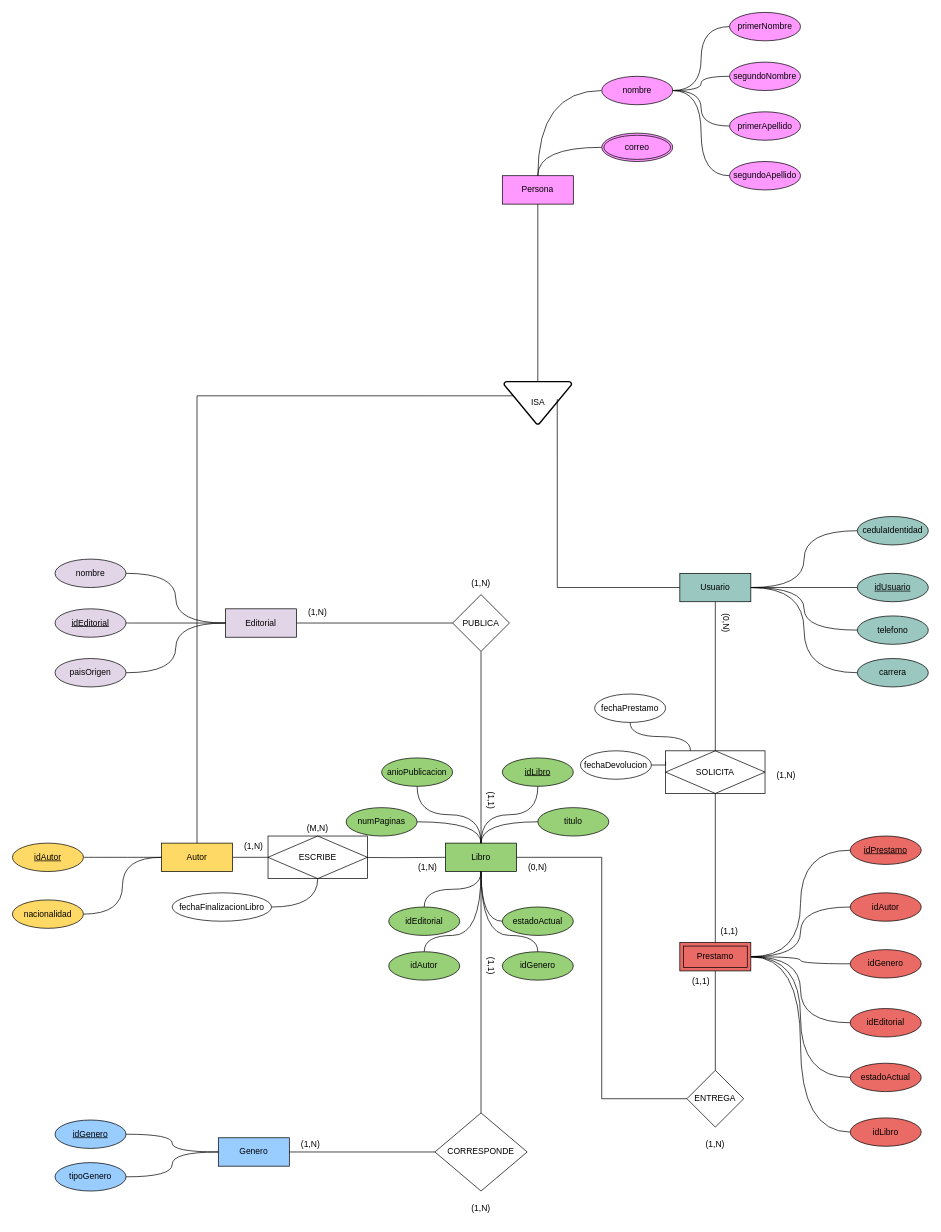
This is EjercicioGuiadoSemana2.drawio from Isa4cc/BASE-DE-DATOS-I-DIAGRAMAS, a draw.io file, before an edit. Source tidied: cells renumbered, new cells numbered last; positions are measured from the earlier drawing's top-left corner, leaving out a move shared by most shapes. Both pictures are drawn from the tidied source at 71%, with x=0, y=0 at pixel (12, 12).
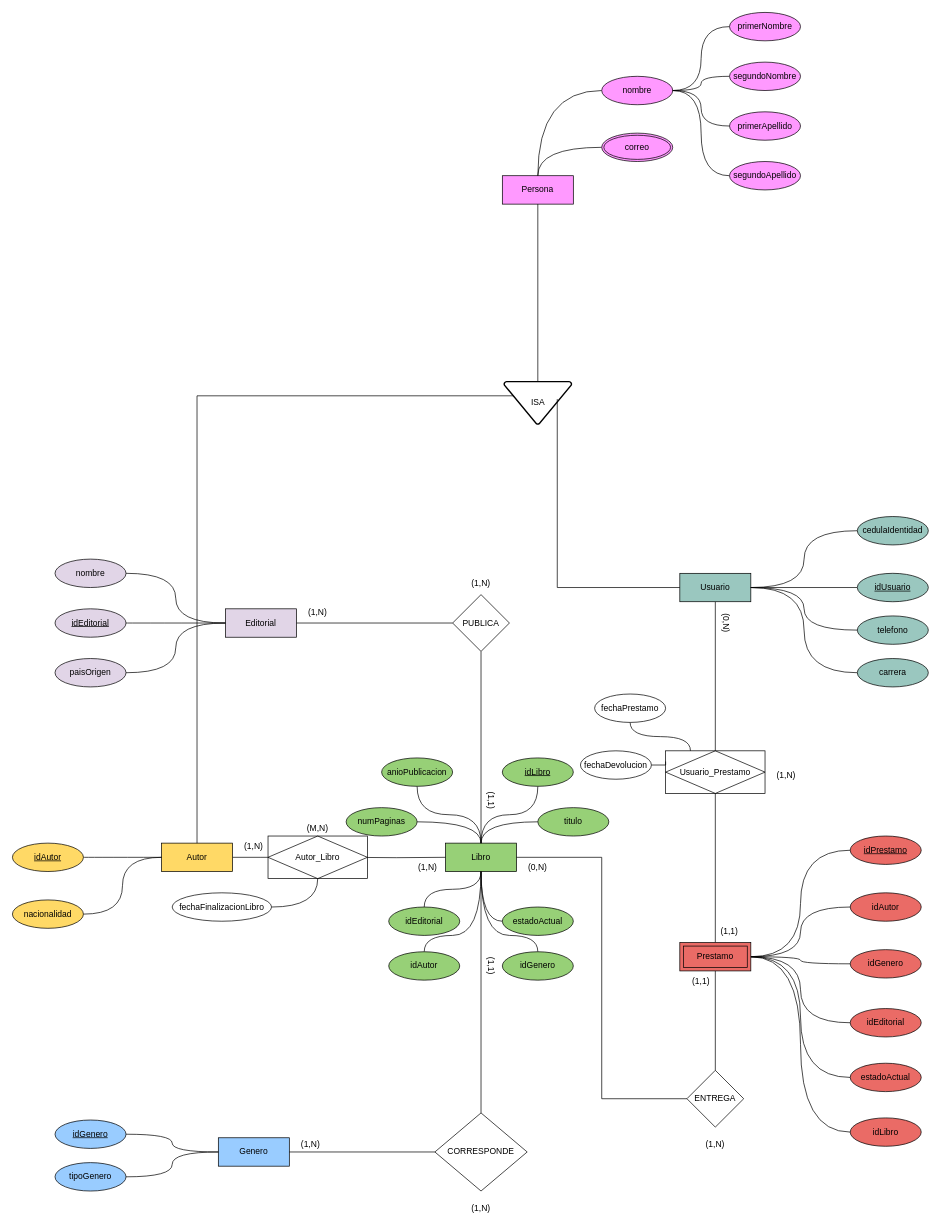
The same page after the edit.

What changed in the source:
```diff
@@
-    <mxCell id="79" value="ESCRIBE" style="shape=associativeEntity;whiteSpace=wrap;html=1;align=center;" parent="1" vertex="1">
+    <mxCell id="79" value="Autor_Libro" style="shape=associativeEntity;whiteSpace=wrap;html=1;align=center;" parent="1" vertex="1">
       <mxGeometry x="360" y="1160" width="140" height="60" as="geometry" />
     </mxCell>
@@
-    <mxCell id="90" value="SOLICITA" style="shape=associativeEntity;whiteSpace=wrap;html=1;align=center;" parent="1" vertex="1">
+    <mxCell id="90" value="Usuario_Prestamo" style="shape=associativeEntity;whiteSpace=wrap;html=1;align=center;" parent="1" vertex="1">
       <mxGeometry x="920" y="1040" width="140" height="60" as="geometry" />
     </mxCell>
```
